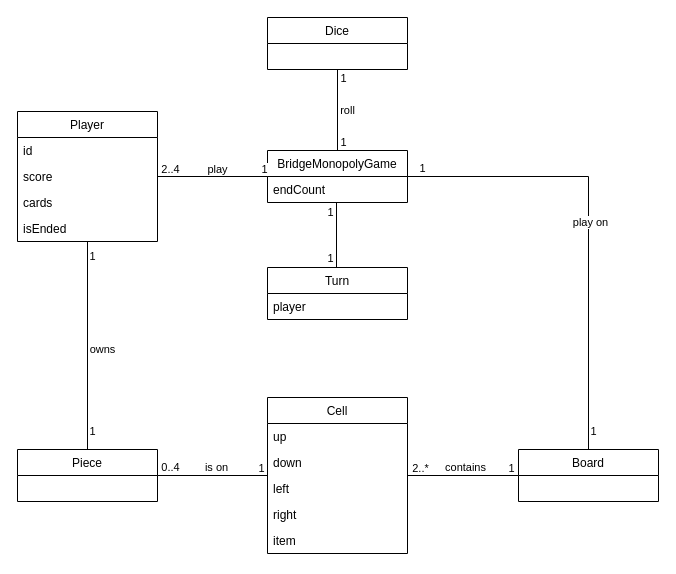
This is business_model/DomainModelDiagram.drawio from gimangi/Bridge-Monopoly, a draw.io file, before an edit. Source tidied: cells renumbered, new cells numbered last; positions are measured from the earlier drawing's top-left corner, leaving out a move shared by most shapes. Both pictures are drawn from the tidied source at 100%, with x=0, y=0 at pixel (17, 17).
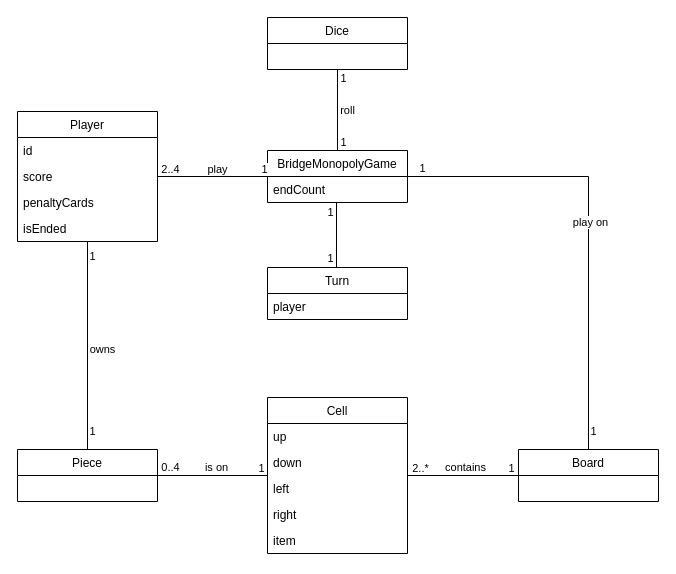
The same diagram, later.

The change refers to these unchanged cells:
```xml
<mxCell id="6" value="Player" style="swimlane;fontStyle=0;horizontal=1;startSize=26;fillColor=none;" parent="1" vertex="1">
  <mxGeometry y="94" width="140" height="130" as="geometry" />
</mxCell>
```

The edit, as a diff of the source:
```diff
@@
-    <mxCell id="9" value="cards" style="text;strokeColor=none;fillColor=none;align=left;verticalAlign=top;spacingLeft=4;spacingRight=4;overflow=hidden;" parent="6" vertex="1">
+    <mxCell id="9" value="penaltyCards" style="text;strokeColor=none;fillColor=none;align=left;verticalAlign=top;spacingLeft=4;spacingRight=4;overflow=hidden;" parent="6" vertex="1">
       <mxGeometry y="78" width="140" height="26" as="geometry" />
     </mxCell>
```
